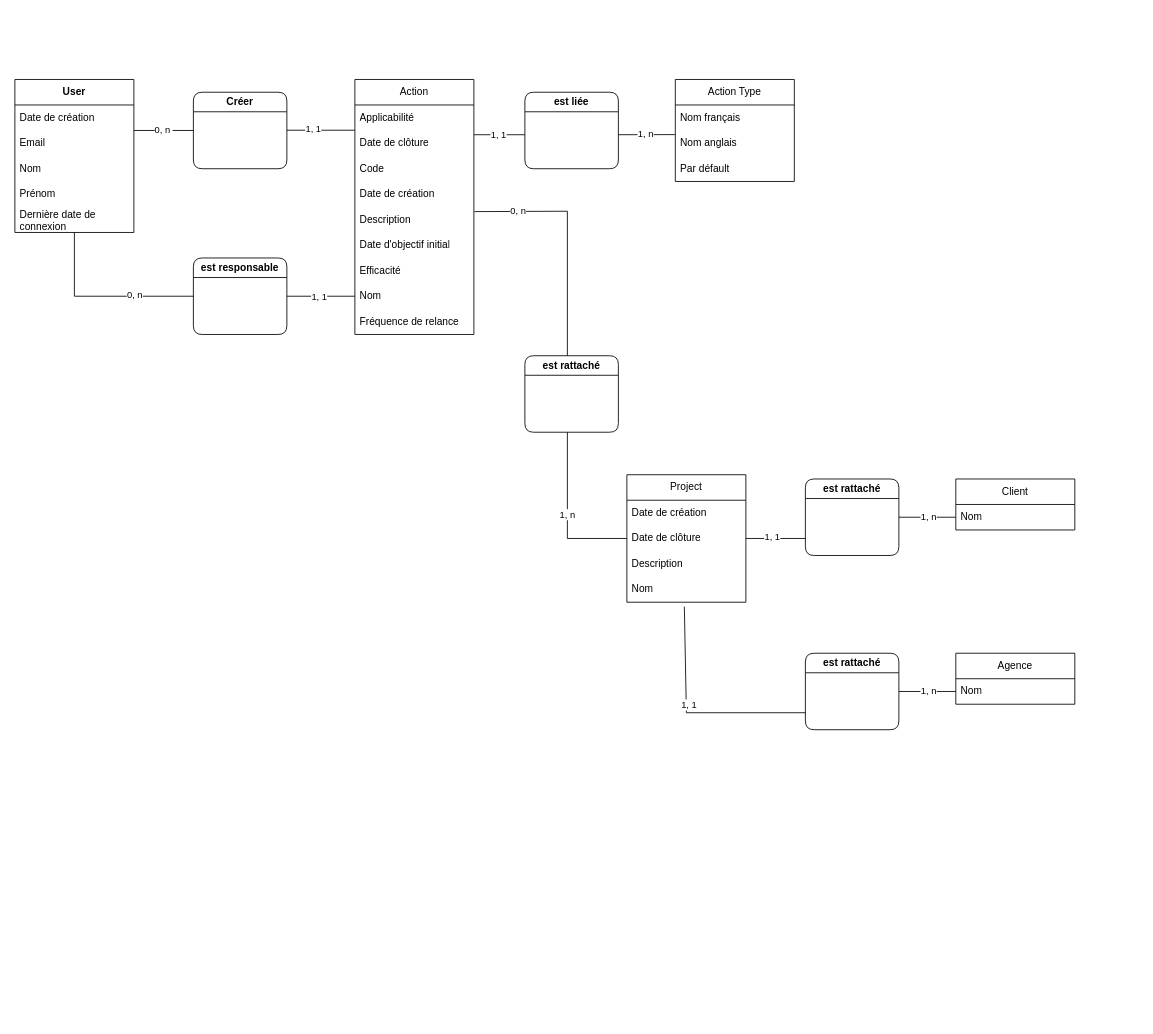
This is mcd.drawio from AlexandreLefay/GDR-CDA.draw.io, a draw.io file, before an edit. Source tidied: cells renumbered, new cells numbered last; positions are measured from the earlier drawing's top-left corner, leaving out a move shared by most shapes. Both pictures are drawn from the tidied source at 85%, with x=0, y=0 at pixel (14, 79).
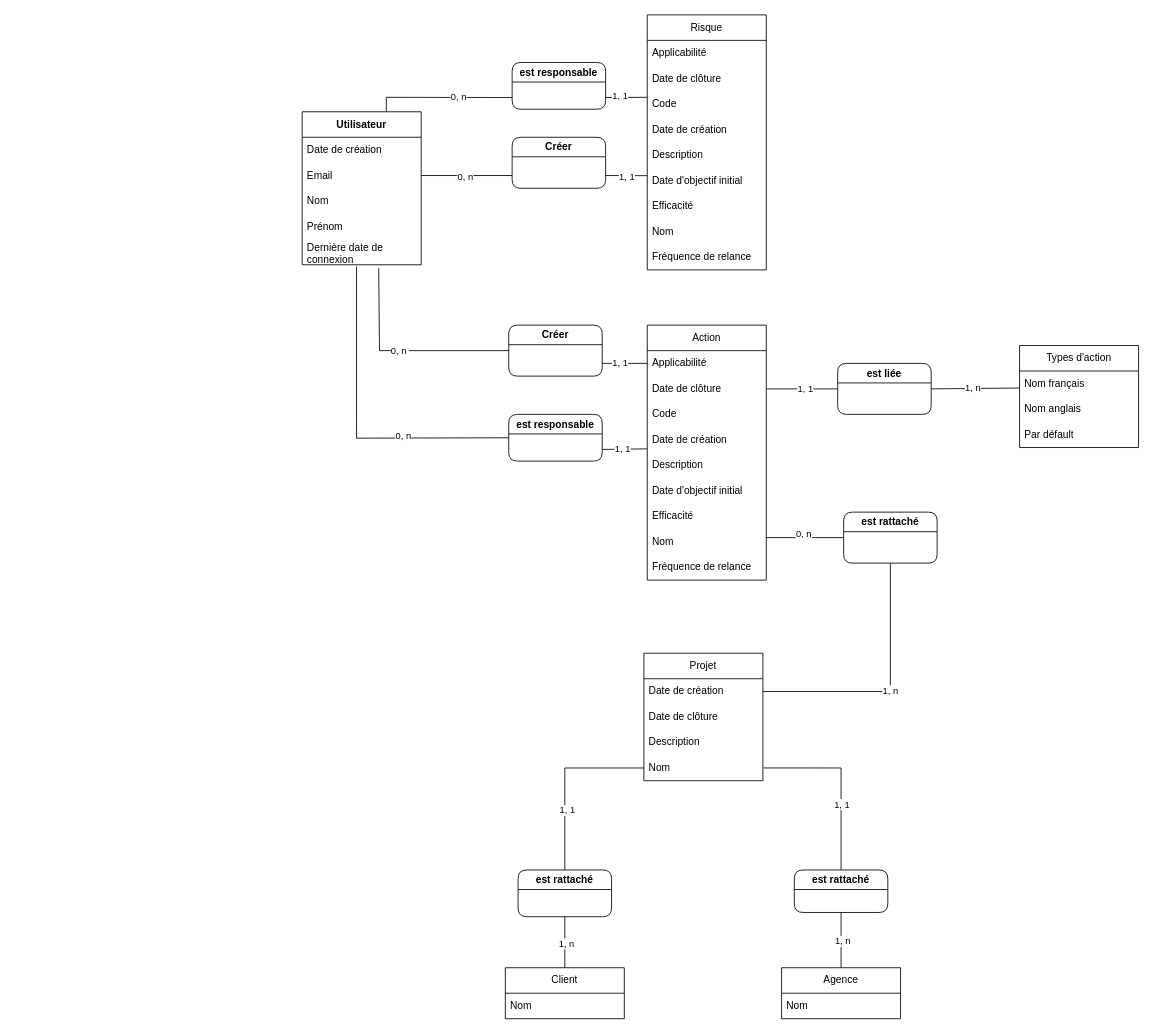
The same page after the edit.

The change refers to these unchanged cells:
```xml
<mxCell id="9" value="Email" style="text;strokeColor=none;fillColor=none;align=left;verticalAlign=middle;spacingLeft=4;spacingRight=4;overflow=hidden;points=[[0,0.5],[1,0.5]];portConstraint=eastwest;whiteSpace=wrap;html=1;" parent="7" vertex="1">
  <mxGeometry y="60" width="140" height="30" as="geometry" />
</mxCell>
<mxCell id="12" value="Dernière date de connexion" style="text;strokeColor=none;fillColor=none;align=left;verticalAlign=middle;spacingLeft=4;spacingRight=4;overflow=hidden;points=[[0,0.5],[1,0.5]];portConstraint=eastwest;whiteSpace=wrap;html=1;" parent="7" vertex="1">
  <mxGeometry y="150" width="140" height="30" as="geometry" />
</mxCell>
<mxCell id="14" value="Applicabilité" style="text;strokeColor=none;fillColor=none;align=left;verticalAlign=middle;spacingLeft=4;spacingRight=4;overflow=hidden;points=[[0,0.5],[1,0.5]];portConstraint=eastwest;whiteSpace=wrap;html=1;" parent="13" vertex="1">
  <mxGeometry y="30" width="140" height="30" as="geometry" />
</mxCell>
<mxCell id="15" value="Date de clôture" style="text;strokeColor=none;fillColor=none;align=left;verticalAlign=middle;spacingLeft=4;spacingRight=4;overflow=hidden;points=[[0,0.5],[1,0.5]];portConstraint=eastwest;whiteSpace=wrap;html=1;" parent="13" vertex="1">
  <mxGeometry y="60" width="140" height="30" as="geometry" />
</mxCell>
<mxCell id="17" value="Date de création" style="text;strokeColor=none;fillColor=none;align=left;verticalAlign=middle;spacingLeft=4;spacingRight=4;overflow=hidden;points=[[0,0.5],[1,0.5]];portConstraint=eastwest;whiteSpace=wrap;html=1;" parent="13" vertex="1">
  <mxGeometry y="120" width="140" height="30" as="geometry" />
</mxCell>
<mxCell id="18" value="Description" style="text;strokeColor=none;fillColor=none;align=left;verticalAlign=middle;spacingLeft=4;spacingRight=4;overflow=hidden;points=[[0,0.5],[1,0.5]];portConstraint=eastwest;whiteSpace=wrap;html=1;" parent="13" vertex="1">
  <mxGeometry y="150" width="140" height="30" as="geometry" />
</mxCell>
<mxCell id="21" value="Nom" style="text;strokeColor=none;fillColor=none;align=left;verticalAlign=middle;spacingLeft=4;spacingRight=4;overflow=hidden;points=[[0,0.5],[1,0.5]];portConstraint=eastwest;whiteSpace=wrap;html=1;" parent="13" vertex="1">
  <mxGeometry y="240" width="140" height="30" as="geometry" />
</mxCell>
<mxCell id="24" value="Nom français" style="text;strokeColor=none;fillColor=none;align=left;verticalAlign=middle;spacingLeft=4;spacingRight=4;overflow=hidden;points=[[0,0.5],[1,0.5]];portConstraint=eastwest;whiteSpace=wrap;html=1;" parent="23" vertex="1">
  <mxGeometry y="30" width="140" height="30" as="geometry" />
</mxCell>
<mxCell id="25" value="Nom anglais" style="text;strokeColor=none;fillColor=none;align=left;verticalAlign=middle;spacingLeft=4;spacingRight=4;overflow=hidden;points=[[0,0.5],[1,0.5]];portConstraint=eastwest;whiteSpace=wrap;html=1;" parent="23" vertex="1">
  <mxGeometry y="60" width="140" height="30" as="geometry" />
</mxCell>
<mxCell id="38" value="Date de création" style="text;strokeColor=none;fillColor=none;align=left;verticalAlign=middle;spacingLeft=4;spacingRight=4;overflow=hidden;points=[[0,0.5],[1,0.5]];portConstraint=eastwest;whiteSpace=wrap;html=1;" parent="37" vertex="1">
  <mxGeometry y="30" width="140" height="30" as="geometry" />
</mxCell>
<mxCell id="39" value="Date de clôture" style="text;strokeColor=none;fillColor=none;align=left;verticalAlign=middle;spacingLeft=4;spacingRight=4;overflow=hidden;points=[[0,0.5],[1,0.5]];portConstraint=eastwest;whiteSpace=wrap;html=1;" parent="37" vertex="1">
  <mxGeometry y="60" width="140" height="30" as="geometry" />
</mxCell>
<mxCell id="41" value="Nom" style="text;strokeColor=none;fillColor=none;align=left;verticalAlign=middle;spacingLeft=4;spacingRight=4;overflow=hidden;points=[[0,0.5],[1,0.5]];portConstraint=eastwest;whiteSpace=wrap;html=1;" parent="37" vertex="1">
  <mxGeometry y="120" width="140" height="30" as="geometry" />
</mxCell>
<mxCell id="43" value="Nom" style="text;strokeColor=none;fillColor=none;align=left;verticalAlign=middle;spacingLeft=4;spacingRight=4;overflow=hidden;points=[[0,0.5],[1,0.5]];portConstraint=eastwest;whiteSpace=wrap;html=1;" parent="42" vertex="1">
  <mxGeometry y="30" width="140" height="30" as="geometry" />
</mxCell>
<mxCell id="50" value="Nom" style="text;strokeColor=none;fillColor=none;align=left;verticalAlign=middle;spacingLeft=4;spacingRight=4;overflow=hidden;points=[[0,0.5],[1,0.5]];portConstraint=eastwest;whiteSpace=wrap;html=1;" parent="49" vertex="1">
  <mxGeometry y="30" width="140" height="30" as="geometry" />
</mxCell>
```

Change to the diagram source:
```diff
@@
     <mxCell id="2" value="Créer" style="swimlane;whiteSpace=wrap;html=1;rounded=1;" parent="1" vertex="1">
-      <mxGeometry x="210" y="15" width="110" height="90" as="geometry" />
+      <mxGeometry x="581" y="289" width="110" height="60" as="geometry" />
     </mxCell>
-    <mxCell id="3" style="endArrow=none;html=1;rounded=0;exitX=1;exitY=0.5;exitDx=0;exitDy=0;" parent="1" edge="1">
+    <mxCell id="3" style="endArrow=none;html=1;rounded=0;exitX=0.643;exitY=1.133;exitDx=0;exitDy=0;entryX=0;entryY=0.5;entryDx=0;entryDy=0;exitPerimeter=0;" parent="1" edge="1" source="12" target="2">
       <mxGeometry relative="1" as="geometry">
-        <mxPoint x="140" y="60" as="sourcePoint" />
-        <mxPoint x="210" y="60" as="targetPoint" />
+        <Array as="points">
+          <mxPoint x="429" y="319" />
+        </Array>
       </mxGeometry>
     </mxCell>
@@
-    <mxCell id="5" style="endArrow=none;html=1;rounded=0;" parent="1" edge="1">
-      <mxGeometry relative="1" as="geometry">
-        <mxPoint x="320" y="59.7" as="sourcePoint" />
-        <mxPoint x="400" y="59.7" as="targetPoint" />
-      </mxGeometry>
+    <mxCell id="5" style="endArrow=none;html=1;rounded=0;exitX=1;exitY=0.75;exitDx=0;exitDy=0;entryX=0;entryY=0.5;entryDx=0;entryDy=0;" parent="1" edge="1" source="2" target="14">
+      <mxGeometry relative="1" as="geometry" />
     </mxCell>
@@
-    <mxCell id="7" value="&lt;b&gt;User&lt;/b&gt;" style="swimlane;fontStyle=0;horizontal=1;startSize=30;whiteSpace=wrap;html=1;" parent="1" vertex="1">
-      <mxGeometry width="140" height="180" as="geometry" />
+    <mxCell id="7" value="&lt;b&gt;Utilisateur&lt;/b&gt;" style="swimlane;fontStyle=0;horizontal=1;startSize=30;whiteSpace=wrap;html=1;" parent="1" vertex="1">
+      <mxGeometry x="338" y="38" width="140" height="180" as="geometry" />
     </mxCell>
@@
     <mxCell id="13" value="Action" style="swimlane;fontStyle=0;horizontal=1;startSize=30;whiteSpace=wrap;html=1;" parent="1" vertex="1">
-      <mxGeometry x="400" width="140" height="300" as="geometry" />
+      <mxGeometry x="744" y="289" width="140" height="300" as="geometry" />
     </mxCell>
@@
-    <mxCell id="23" value="Action Type" style="swimlane;fontStyle=0;horizontal=1;startSize=30;whiteSpace=wrap;html=1;" parent="1" vertex="1">
-      <mxGeometry x="777" width="140" height="120" as="geometry" />
+    <mxCell id="23" value="Types d'action" style="swimlane;fontStyle=0;horizontal=1;startSize=30;whiteSpace=wrap;html=1;" parent="1" vertex="1">
+      <mxGeometry x="1182" y="313" width="140" height="120" as="geometry" />
     </mxCell>
@@
     <mxCell id="27" value="est liée" style="swimlane;whiteSpace=wrap;html=1;rounded=1;" parent="1" vertex="1">
-      <mxGeometry x="600" y="15" width="110" height="90" as="geometry" />
+      <mxGeometry x="968" y="334" width="110" height="60" as="geometry" />
     </mxCell>
-    <mxCell id="28" style="endArrow=none;html=1;rounded=0;" parent="1" edge="1">
-      <mxGeometry relative="1" as="geometry">
-        <mxPoint x="540" y="65" as="sourcePoint" />
-        <mxPoint x="600" y="65" as="targetPoint" />
-      </mxGeometry>
+    <mxCell id="28" style="endArrow=none;html=1;rounded=0;entryX=0;entryY=0.5;entryDx=0;entryDy=0;exitX=1;exitY=0.5;exitDx=0;exitDy=0;" parent="1" edge="1" source="15" target="27">
+      <mxGeometry relative="1" as="geometry" />
     </mxCell>
     <mxCell id="29" value="1, 1" style="edgeLabel;html=1;align=center;verticalAlign=middle;" parent="28" vertex="1">
-      <mxGeometry x="-0.06" y="1" relative="1" as="geometry" />
+      <mxGeometry x="-0.06" y="1" relative="1" as="geometry">
+        <mxPoint x="6" as="offset" />
+      </mxGeometry>
     </mxCell>
-    <mxCell id="30" style="endArrow=none;html=1;rounded=0;entryX=-0.004;entryY=0.162;entryDx=0;entryDy=0;entryPerimeter=0;" parent="1" edge="1" target="25">
-      <mxGeometry relative="1" as="geometry">
-        <mxPoint x="710" y="65" as="sourcePoint" />
-      </mxGeometry>
+    <mxCell id="30" style="endArrow=none;html=1;rounded=0;entryX=0;entryY=0.667;entryDx=0;entryDy=0;entryPerimeter=0;exitX=1;exitY=0.5;exitDx=0;exitDy=0;" parent="1" edge="1" source="27" target="24">
+      <mxGeometry relative="1" as="geometry" />
     </mxCell>
@@
     <mxCell id="32" value="est responsable" style="swimlane;whiteSpace=wrap;html=1;rounded=1;" parent="1" vertex="1">
-      <mxGeometry x="210" y="210" width="110" height="90" as="geometry" />
+      <mxGeometry x="581" y="394" width="110" height="55" as="geometry" />
     </mxCell>
-    <mxCell id="33" style="endArrow=none;html=1;rounded=0;exitX=0;exitY=0.5;exitDx=0;exitDy=0;" parent="1" edge="1" source="32">
+    <mxCell id="33" style="endArrow=none;html=1;rounded=0;exitX=0;exitY=0.5;exitDx=0;exitDy=0;entryX=0.457;entryY=1.067;entryDx=0;entryDy=0;entryPerimeter=0;" parent="1" edge="1" source="32" target="12">
       <mxGeometry relative="1" as="geometry">
-        <mxPoint x="70" y="180" as="targetPoint" />
         <Array as="points">
-          <mxPoint x="70" y="255" />
+          <mxPoint x="402" y="422" />
         </Array>
       </mxGeometry>
     </mxCell>
@@
-    <mxCell id="35" style="endArrow=none;html=1;rounded=0;exitX=1;exitY=0.5;exitDx=0;exitDy=0;entryX=0;entryY=0.5;entryDx=0;entryDy=0;" parent="1" edge="1" source="32" target="21">
+    <mxCell id="35" style="endArrow=none;html=1;rounded=0;exitX=1;exitY=0.75;exitDx=0;exitDy=0;entryX=-0.003;entryY=0.852;entryDx=0;entryDy=0;entryPerimeter=0;" parent="1" edge="1" source="32" target="17">
       <mxGeometry relative="1" as="geometry" />
     </mxCell>
@@
-    <mxCell id="37" value="Project" style="swimlane;fontStyle=0;horizontal=1;startSize=30;whiteSpace=wrap;html=1;" parent="1" vertex="1">
-      <mxGeometry x="720" y="465" width="140" height="150" as="geometry" />
+    <mxCell id="37" value="Projet" style="swimlane;fontStyle=0;horizontal=1;startSize=30;whiteSpace=wrap;html=1;" parent="1" vertex="1">
+      <mxGeometry x="740" y="675" width="140" height="150" as="geometry" />
     </mxCell>
@@
     <mxCell id="42" value="Client" style="swimlane;fontStyle=0;horizontal=1;startSize=30;whiteSpace=wrap;html=1;" parent="1" vertex="1">
-      <mxGeometry x="1107" y="470" width="140" height="60" as="geometry" />
+      <mxGeometry x="577" y="1045" width="140" height="60" as="geometry" />
     </mxCell>
@@
     <mxCell id="44" value="est rattaché" style="swimlane;whiteSpace=wrap;html=1;rounded=1;" parent="1" vertex="1">
-      <mxGeometry x="930" y="470" width="110" height="90" as="geometry" />
+      <mxGeometry x="592" y="930" width="110" height="55" as="geometry" />
     </mxCell>
-    <mxCell id="45" style="endArrow=none;html=1;rounded=0;" parent="1" edge="1">
+    <mxCell id="45" style="endArrow=none;html=1;rounded=0;entryX=0.5;entryY=0;entryDx=0;entryDy=0;exitX=0;exitY=0.5;exitDx=0;exitDy=0;" parent="1" edge="1" source="41" target="44">
       <mxGeometry relative="1" as="geometry">
-        <mxPoint x="860" y="540" as="sourcePoint" />
-        <mxPoint x="930" y="540" as="targetPoint" />
+        <Array as="points">
+          <mxPoint x="647" y="810" />
+        </Array>
       </mxGeometry>
     </mxCell>
     <mxCell id="46" value="1, 1" style="edgeLabel;html=1;align=center;verticalAlign=middle;" parent="45" vertex="1">
-      <mxGeometry x="-0.13" y="3" relative="1" as="geometry" />
+      <mxGeometry x="-0.13" y="3" relative="1" as="geometry">
+        <mxPoint x="-1" y="49" as="offset" />
+      </mxGeometry>
     </mxCell>
-    <mxCell id="47" style="endArrow=none;html=1;rounded=0;entryX=0;entryY=0.5;entryDx=0;entryDy=0;" parent="1" edge="1" target="43">
+    <mxCell id="47" style="endArrow=none;html=1;rounded=0;entryX=0;entryY=0.5;entryDx=0;entryDy=0;exitX=0.5;exitY=1;exitDx=0;exitDy=0;" parent="1" edge="1" source="44">
       <mxGeometry relative="1" as="geometry">
-        <mxPoint x="1040" y="515" as="sourcePoint" />
+        <mxPoint x="647" y="1045" as="targetPoint" />
       </mxGeometry>
     </mxCell>
@@
     <mxCell id="49" value="Agence" style="swimlane;fontStyle=0;horizontal=1;startSize=30;whiteSpace=wrap;html=1;" parent="1" vertex="1">
-      <mxGeometry x="1107" y="675" width="140" height="60" as="geometry" />
+      <mxGeometry x="902" y="1045" width="140" height="60" as="geometry" />
     </mxCell>
@@
     <mxCell id="51" value="est rattaché" style="swimlane;whiteSpace=wrap;html=1;rounded=1;" parent="1" vertex="1">
-      <mxGeometry x="930" y="675" width="110" height="90" as="geometry" />
+      <mxGeometry x="917" y="930" width="110" height="50" as="geometry" />
     </mxCell>
-    <mxCell id="52" style="endArrow=none;html=1;rounded=0;exitX=0.483;exitY=1.174;exitDx=0;exitDy=0;exitPerimeter=0;" parent="1" edge="1" source="41">
+    <mxCell id="52" style="endArrow=none;html=1;rounded=0;entryX=0.5;entryY=0;entryDx=0;entryDy=0;exitX=1.005;exitY=0.498;exitDx=0;exitDy=0;exitPerimeter=0;" parent="1" edge="1" source="41" target="51">
       <mxGeometry relative="1" as="geometry">
-        <mxPoint x="930" y="745" as="targetPoint" />
         <Array as="points">
-          <mxPoint x="790" y="745" />
+          <mxPoint x="972" y="810" />
         </Array>
       </mxGeometry>
     </mxCell>
     <mxCell id="53" value="1, 1" style="edgeLabel;html=1;align=center;verticalAlign=middle;" parent="52" vertex="1">
-      <mxGeometry x="-0.13" y="3" relative="1" as="geometry" />
+      <mxGeometry x="-0.13" y="3" relative="1" as="geometry">
+        <mxPoint x="-3" y="42" as="offset" />
+      </mxGeometry>
     </mxCell>
-    <mxCell id="54" style="endArrow=none;html=1;rounded=0;entryX=0;entryY=0.5;entryDx=0;entryDy=0;" parent="1" edge="1" target="50">
-      <mxGeometry relative="1" as="geometry">
-        <mxPoint x="1040" y="720" as="sourcePoint" />
-      </mxGeometry>
+    <mxCell id="54" style="endArrow=none;html=1;rounded=0;entryX=0.5;entryY=0;entryDx=0;entryDy=0;exitX=0.5;exitY=1;exitDx=0;exitDy=0;" parent="1" edge="1" source="51" target="49">
+      <mxGeometry relative="1" as="geometry" />
     </mxCell>
@@
     <mxCell id="56" value="est rattaché" style="swimlane;whiteSpace=wrap;html=1;rounded=1;" parent="1" vertex="1">
-      <mxGeometry x="600" y="325" width="110" height="90" as="geometry" />
+      <mxGeometry x="975" y="509" width="110" height="60" as="geometry" />
     </mxCell>
-    <mxCell id="57" style="endArrow=none;html=1;rounded=0;entryX=1.004;entryY=0.182;entryDx=0;entryDy=0;entryPerimeter=0;" parent="1" edge="1" target="18">
-      <mxGeometry relative="1" as="geometry">
-        <mxPoint x="650" y="325" as="sourcePoint" />
-        <Array as="points">
-          <mxPoint x="650" y="155" />
-        </Array>
-      </mxGeometry>
+    <mxCell id="57" style="endArrow=none;html=1;rounded=0;exitX=0;exitY=0.5;exitDx=0;exitDy=0;entryX=0.997;entryY=0.333;entryDx=0;entryDy=0;entryPerimeter=0;" parent="1" edge="1" source="56" target="21">
+      <mxGeometry relative="1" as="geometry" />
     </mxCell>
     <mxCell id="58" value="0, n" style="edgeLabel;html=1;align=center;verticalAlign=middle;" parent="57" vertex="1">
-      <mxGeometry x="0.63" y="-1" relative="1" as="geometry" />
+      <mxGeometry x="0.63" y="-1" relative="1" as="geometry">
+        <mxPoint x="27" y="-3" as="offset" />
+      </mxGeometry>
     </mxCell>
-    <mxCell id="59" value="1, n" style="endArrow=none;html=1;rounded=0;exitX=0;exitY=0.5;exitDx=0;exitDy=0;" parent="1" edge="1" source="39">
+    <mxCell id="59" value="1, n" style="endArrow=none;html=1;rounded=0;exitX=1;exitY=0.5;exitDx=0;exitDy=0;entryX=0.5;entryY=1;entryDx=0;entryDy=0;" parent="1" edge="1" source="38" target="56">
       <mxGeometry relative="1" as="geometry">
-        <mxPoint x="650" y="415" as="targetPoint" />
         <Array as="points">
-          <mxPoint x="650" y="540" />
+          <mxPoint x="1030" y="720" />
         </Array>
       </mxGeometry>
     </mxCell>
+    <mxCell id="60" value="Risque" style="swimlane;fontStyle=0;horizontal=1;startSize=30;whiteSpace=wrap;html=1;" parent="1" vertex="1">
+      <mxGeometry x="744" y="-76" width="140" height="300" as="geometry" />
+    </mxCell>
+    <mxCell id="61" value="Applicabilité" style="text;strokeColor=none;fillColor=none;align=left;verticalAlign=middle;spacingLeft=4;spacingRight=4;overflow=hidden;whiteSpace=wrap;html=1;" parent="60" vertex="1">
+      <mxGeometry y="30" width="140" height="30" as="geometry" />
+    </mxCell>
+    <mxCell id="62" value="Date de clôture" style="text;strokeColor=none;fillColor=none;align=left;verticalAlign=middle;spacingLeft=4;spacingRight=4;overflow=hidden;whiteSpace=wrap;html=1;" parent="60" vertex="1">
+      <mxGeometry y="60" width="140" height="30" as="geometry" />
+    </mxCell>
+    <mxCell id="63" value="Code" style="text;strokeColor=none;fillColor=none;align=left;verticalAlign=middle;spacingLeft=4;spacingRight=4;overflow=hidden;whiteSpace=wrap;html=1;" parent="60" vertex="1">
+      <mxGeometry y="90" width="140" height="30" as="geometry" />
+    </mxCell>
+    <mxCell id="64" value="Date de création" style="text;strokeColor=none;fillColor=none;align=left;verticalAlign=middle;spacingLeft=4;spacingRight=4;overflow=hidden;whiteSpace=wrap;html=1;" parent="60" vertex="1">
+      <mxGeometry y="120" width="140" height="30" as="geometry" />
+    </mxCell>
+    <mxCell id="65" value="Description" style="text;strokeColor=none;fillColor=none;align=left;verticalAlign=middle;spacingLeft=4;spacingRight=4;overflow=hidden;whiteSpace=wrap;html=1;" parent="60" vertex="1">
+      <mxGeometry y="150" width="140" height="30" as="geometry" />
+    </mxCell>
+    <mxCell id="66" value="Date d'objectif initial" style="text;strokeColor=none;fillColor=none;align=left;verticalAlign=middle;spacingLeft=4;spacingRight=4;overflow=hidden;points=[[0,0.5],[1,0.5]];portConstraint=eastwest;whiteSpace=wrap;html=1;" parent="60" vertex="1">
+      <mxGeometry y="180" width="140" height="30" as="geometry" />
+    </mxCell>
+    <mxCell id="67" value="Efficacité" style="text;strokeColor=none;fillColor=none;align=left;verticalAlign=middle;spacingLeft=4;spacingRight=4;overflow=hidden;whiteSpace=wrap;html=1;" parent="60" vertex="1">
+      <mxGeometry y="210" width="140" height="30" as="geometry" />
+    </mxCell>
+    <mxCell id="68" value="Nom" style="text;strokeColor=none;fillColor=none;align=left;verticalAlign=middle;spacingLeft=4;spacingRight=4;overflow=hidden;whiteSpace=wrap;html=1;" parent="60" vertex="1">
+      <mxGeometry y="240" width="140" height="30" as="geometry" />
+    </mxCell>
+    <mxCell id="69" value="Fréquence de relance" style="text;strokeColor=none;fillColor=none;align=left;verticalAlign=middle;spacingLeft=4;spacingRight=4;overflow=hidden;whiteSpace=wrap;html=1;" parent="60" vertex="1">
+      <mxGeometry y="270" width="140" height="30" as="geometry" />
+    </mxCell>
+    <mxCell id="70" value="Créer" style="swimlane;whiteSpace=wrap;html=1;rounded=1;" parent="1" vertex="1">
+      <mxGeometry x="585" y="68" width="110" height="60" as="geometry" />
+    </mxCell>
+    <mxCell id="71" value="est responsable" style="swimlane;whiteSpace=wrap;html=1;rounded=1;" parent="1" vertex="1">
+      <mxGeometry x="585" y="-20" width="110" height="55" as="geometry" />
+    </mxCell>
+    <mxCell id="72" style="endArrow=none;html=1;rounded=0;exitX=1;exitY=0.5;exitDx=0;exitDy=0;entryX=0;entryY=0.75;entryDx=0;entryDy=0;" parent="1" edge="1" source="9" target="70">
+      <mxGeometry relative="1" as="geometry" />
+    </mxCell>
+    <mxCell id="73" value="0, n" style="edgeLabel;html=1;align=center;verticalAlign=middle;" parent="72" vertex="1">
+      <mxGeometry x="-0.05" y="-1" relative="1" as="geometry" />
+    </mxCell>
+    <mxCell id="74" style="endArrow=none;html=1;rounded=0;entryX=-0.001;entryY=0.306;entryDx=0;entryDy=0;entryPerimeter=0;exitX=1;exitY=0.75;exitDx=0;exitDy=0;" parent="1" edge="1" source="70" target="66">
+      <mxGeometry relative="1" as="geometry" />
+    </mxCell>
+    <mxCell id="75" value="1, 1" style="edgeLabel;html=1;align=center;verticalAlign=middle;" parent="74" vertex="1">
+      <mxGeometry x="0.01" y="-1" relative="1" as="geometry" />
+    </mxCell>
+    <mxCell id="76" style="endArrow=none;html=1;rounded=0;entryX=0;entryY=0.75;entryDx=0;entryDy=0;exitX=0.707;exitY=0;exitDx=0;exitDy=0;exitPerimeter=0;" parent="1" edge="1" source="7" target="71">
+      <mxGeometry relative="1" as="geometry">
+        <Array as="points">
+          <mxPoint x="437" y="21" />
+        </Array>
+      </mxGeometry>
+    </mxCell>
+    <mxCell id="77" value="0, n" style="edgeLabel;html=1;align=center;verticalAlign=middle;" parent="76" vertex="1">
+      <mxGeometry x="0.23" y="1" relative="1" as="geometry" />
+    </mxCell>
+    <mxCell id="78" style="endArrow=none;html=1;rounded=0;exitX=1;exitY=0.75;exitDx=0;exitDy=0;" parent="1" edge="1" source="71">
+      <mxGeometry relative="1" as="geometry">
+        <mxPoint x="744" y="21" as="targetPoint" />
+      </mxGeometry>
+    </mxCell>
+    <mxCell id="79" value="1, 1" style="edgeLabel;html=1;align=center;verticalAlign=middle;" parent="78" vertex="1">
+      <mxGeometry x="-0.3" y="2" relative="1" as="geometry" />
+    </mxCell>
```
